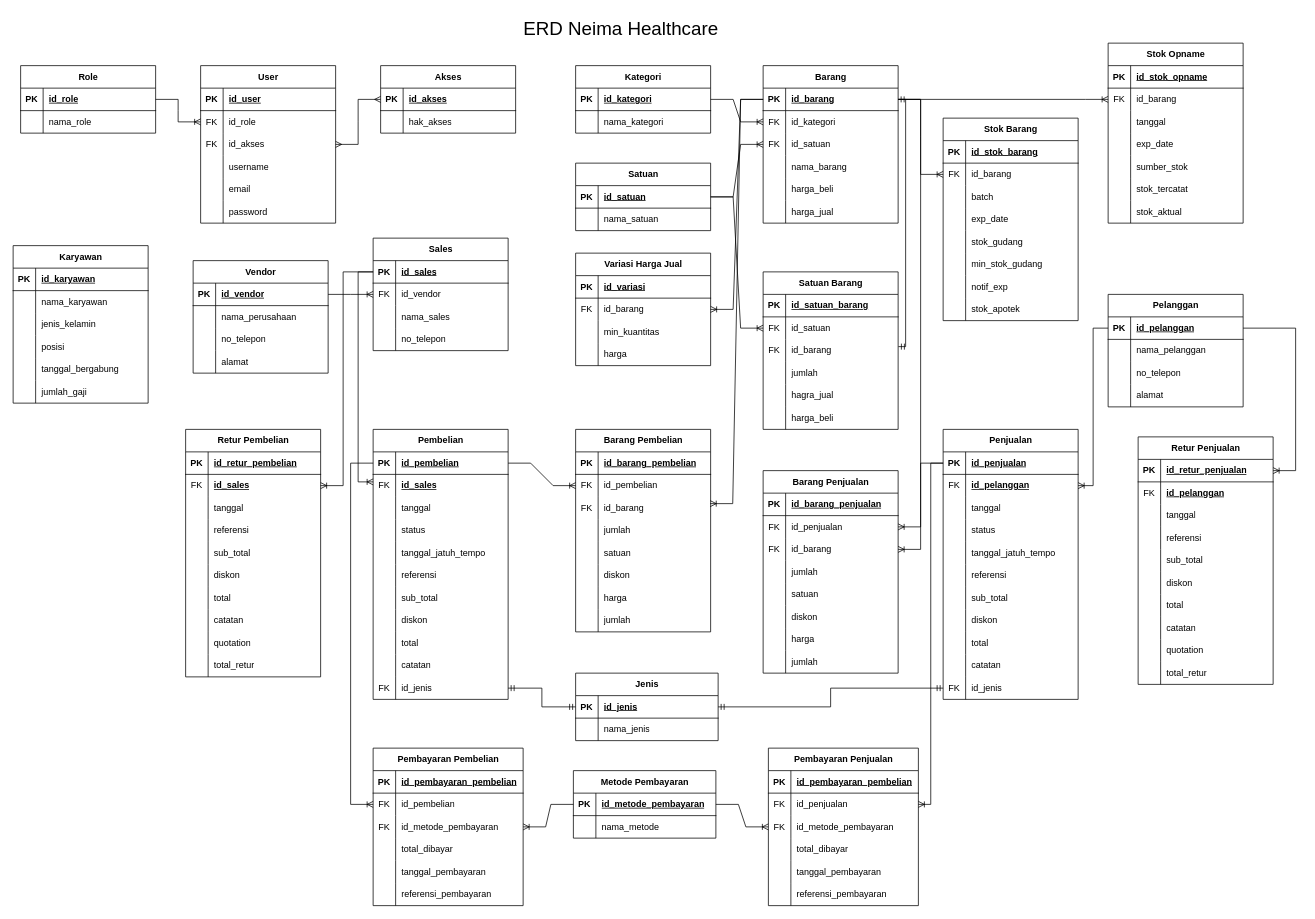
m1tsuha4/apotek keeps this draw.io diagram as erd.drawio. Above is the earlier version. Source tidied: cells renumbered, new cells numbered last; positions are measured from the earlier drawing's top-left corner, leaving out a move shared by most shapes. Both pictures are drawn from the tidied source at 75%, with x=0, y=0 at pixel (13, 13).
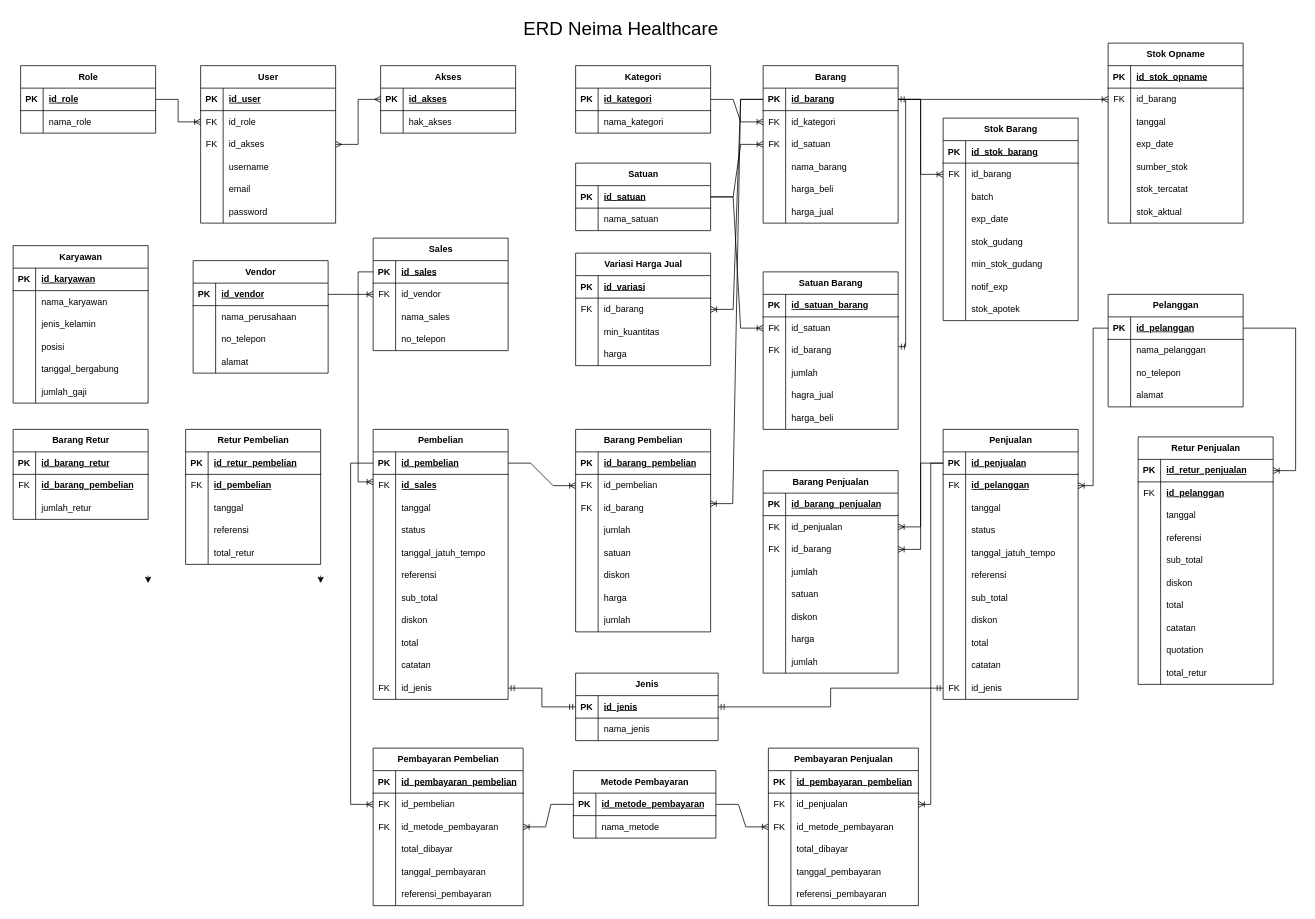
The same page after the edit.

The change refers to these unchanged cells:
```xml
<mxCell id="308" style="shape=tableRow;horizontal=0;startSize=0;swimlaneHead=0;swimlaneBody=0;fillColor=none;points=[[0,0.5],[1,0.5]];portConstraint=eastwest;top=0;left=0;right=0;bottom=0;" parent="304" vertex="1">
  <mxGeometry y="60" width="180" height="30" as="geometry" />
</mxCell>
<mxCell id="395" style="shape=tableRow;horizontal=0;startSize=0;swimlaneHead=0;swimlaneBody=0;fillColor=none;points=[[0,0.5],[1,0.5]];portConstraint=eastwest;top=0;left=0;right=0;bottom=1;" parent="394" vertex="1">
  <mxGeometry y="30" width="180" height="30" as="geometry" />
</mxCell>
```

Diff of the diagram source:
```diff
@@
     <mxCell id="304" value="Retur Pembelian" style="shape=table;startSize=30;childLayout=tableLayout;rowLines=0;fontStyle=1;align=center;html=1;" parent="1" vertex="1">
-      <mxGeometry x="230" y="555" width="180" height="330" as="geometry" />
+      <mxGeometry x="230" y="555" width="180" height="180" as="geometry" />
     </mxCell>
@@
-    <mxCell id="310" value="&lt;span style=&quot;font-weight: 700; text-decoration-line: underline;&quot;&gt;id_sales&lt;/span&gt;" style="shape=partialRectangle;fillColor=none;top=0;left=0;bottom=0;right=0;align=left;spacingLeft=6;overflow=hidden;whiteSpace=wrap;html=1;" parent="308" vertex="1">
+    <mxCell id="310" value="&lt;span style=&quot;font-weight: 700; text-decoration-line: underline;&quot;&gt;id_pembelian&lt;/span&gt;" style="shape=partialRectangle;fillColor=none;top=0;left=0;bottom=0;right=0;align=left;spacingLeft=6;overflow=hidden;whiteSpace=wrap;html=1;" parent="308" vertex="1">
       <mxGeometry x="30" width="150" height="30" as="geometry" />
     </mxCell>
@@
-    <mxCell id="317" style="shape=tableRow;horizontal=0;startSize=0;swimlaneHead=0;swimlaneBody=0;fillColor=none;top=0;left=0;right=0;bottom=0;" parent="304" vertex="1">
-      <mxGeometry y="150" width="180" height="30" as="geometry" />
-    </mxCell>
-    <mxCell id="318" style="shape=partialRectangle;fillColor=none;top=0;left=0;bottom=0;right=0;overflow=hidden;whiteSpace=wrap;html=1;" parent="317" vertex="1">
-      <mxGeometry width="30" height="30" as="geometry" />
-    </mxCell>
-    <mxCell id="319" value="sub_total" style="shape=partialRectangle;fillColor=none;top=0;left=0;bottom=0;right=0;align=left;spacingLeft=6;overflow=hidden;whiteSpace=wrap;html=1;" parent="317" vertex="1">
-      <mxGeometry x="30" width="150" height="30" as="geometry" />
-    </mxCell>
-    <mxCell id="320" style="shape=tableRow;horizontal=0;startSize=0;swimlaneHead=0;swimlaneBody=0;fillColor=none;top=0;left=0;right=0;bottom=0;" parent="304" vertex="1">
-      <mxGeometry y="180" width="180" height="30" as="geometry" />
-    </mxCell>
-    <mxCell id="321" style="shape=partialRectangle;fillColor=none;top=0;left=0;bottom=0;right=0;overflow=hidden;whiteSpace=wrap;html=1;" parent="320" vertex="1">
-      <mxGeometry width="30" height="30" as="geometry" />
-    </mxCell>
-    <mxCell id="322" value="diskon" style="shape=partialRectangle;fillColor=none;top=0;left=0;bottom=0;right=0;align=left;spacingLeft=6;overflow=hidden;whiteSpace=wrap;html=1;" parent="320" vertex="1">
-      <mxGeometry x="30" width="150" height="30" as="geometry" />
-    </mxCell>
-    <mxCell id="323" style="shape=tableRow;horizontal=0;startSize=0;swimlaneHead=0;swimlaneBody=0;fillColor=none;top=0;left=0;right=0;bottom=0;" parent="304" vertex="1">
-      <mxGeometry y="210" width="180" height="30" as="geometry" />
-    </mxCell>
-    <mxCell id="324" style="shape=partialRectangle;fillColor=none;top=0;left=0;bottom=0;right=0;overflow=hidden;whiteSpace=wrap;html=1;" parent="323" vertex="1">
-      <mxGeometry width="30" height="30" as="geometry" />
-    </mxCell>
-    <mxCell id="325" value="total" style="shape=partialRectangle;fillColor=none;top=0;left=0;bottom=0;right=0;align=left;spacingLeft=6;overflow=hidden;whiteSpace=wrap;html=1;" parent="323" vertex="1">
-      <mxGeometry x="30" width="150" height="30" as="geometry" />
-    </mxCell>
-    <mxCell id="326" style="shape=tableRow;horizontal=0;startSize=0;swimlaneHead=0;swimlaneBody=0;fillColor=none;top=0;left=0;right=0;bottom=0;" parent="304" vertex="1">
-      <mxGeometry y="240" width="180" height="30" as="geometry" />
-    </mxCell>
-    <mxCell id="327" style="shape=partialRectangle;fillColor=none;top=0;left=0;bottom=0;right=0;overflow=hidden;whiteSpace=wrap;html=1;" parent="326" vertex="1">
-      <mxGeometry width="30" height="30" as="geometry" />
-    </mxCell>
-    <mxCell id="328" value="catatan" style="shape=partialRectangle;fillColor=none;top=0;left=0;bottom=0;right=0;align=left;spacingLeft=6;overflow=hidden;whiteSpace=wrap;html=1;" parent="326" vertex="1">
-      <mxGeometry x="30" width="150" height="30" as="geometry" />
-    </mxCell>
-    <mxCell id="329" style="shape=tableRow;horizontal=0;startSize=0;swimlaneHead=0;swimlaneBody=0;fillColor=none;top=0;left=0;right=0;bottom=0;" parent="304" vertex="1">
-      <mxGeometry y="270" width="180" height="30" as="geometry" />
-    </mxCell>
-    <mxCell id="330" style="shape=partialRectangle;fillColor=none;top=0;left=0;bottom=0;right=0;overflow=hidden;whiteSpace=wrap;html=1;" parent="329" vertex="1">
-      <mxGeometry width="30" height="30" as="geometry" />
-    </mxCell>
-    <mxCell id="331" value="quotation" style="shape=partialRectangle;fillColor=none;top=0;left=0;bottom=0;right=0;align=left;spacingLeft=6;overflow=hidden;whiteSpace=wrap;html=1;" parent="329" vertex="1">
-      <mxGeometry x="30" width="150" height="30" as="geometry" />
-    </mxCell>
     <mxCell id="332" style="shape=tableRow;horizontal=0;startSize=0;swimlaneHead=0;swimlaneBody=0;fillColor=none;top=0;left=0;right=0;bottom=0;" parent="304" vertex="1">
-      <mxGeometry y="300" width="180" height="30" as="geometry" />
+      <mxGeometry y="150" width="180" height="30" as="geometry" />
     </mxCell>
@@
+    <mxCell id="462" style="edgeStyle=orthogonalEdgeStyle;rounded=0;orthogonalLoop=1;jettySize=auto;html=1;exitX=1;exitY=0.5;exitDx=0;exitDy=0;entryX=1;entryY=0.833;entryDx=0;entryDy=0;entryPerimeter=0;" parent="304" edge="1">
+      <mxGeometry relative="1" as="geometry">
+        <mxPoint x="180" y="195" as="sourcePoint" />
+        <mxPoint x="180" y="205" as="targetPoint" />
+      </mxGeometry>
+    </mxCell>
@@
-    <mxCell id="460" style="edgeStyle=orthogonalEdgeStyle;fontSize=12;html=1;endArrow=ERoneToMany;rounded=0;exitX=0;exitY=0.5;exitDx=0;exitDy=0;entryX=1;entryY=0.5;entryDx=0;entryDy=0;" parent="1" edge="1" source="395" target="308">
-      <mxGeometry relative="1" as="geometry">
-        <Array as="points">
-          <mxPoint x="440" y="345" />
-          <mxPoint x="440" y="630" />
-        </Array>
-      </mxGeometry>
-    </mxCell>
@@
+    <mxCell id="463" value="Barang Retur" style="shape=table;startSize=30;childLayout=tableLayout;rowLines=0;fontStyle=1;align=center;html=1;" parent="1" vertex="1">
+      <mxGeometry y="555" width="180" height="120" as="geometry" />
+    </mxCell>
+    <mxCell id="464" style="shape=tableRow;horizontal=0;startSize=0;swimlaneHead=0;swimlaneBody=0;fillColor=none;top=0;left=0;right=0;bottom=1;" parent="463" vertex="1">
+      <mxGeometry y="30" width="180" height="30" as="geometry" />
+    </mxCell>
+    <mxCell id="465" value="PK" style="shape=partialRectangle;fillColor=none;top=0;left=0;bottom=0;right=0;fontStyle=1;overflow=hidden;whiteSpace=wrap;html=1;" parent="464" vertex="1">
+      <mxGeometry width="30" height="30" as="geometry" />
+    </mxCell>
+    <mxCell id="466" value="id_barang_retur" style="shape=partialRectangle;fillColor=none;top=0;left=0;bottom=0;right=0;align=left;spacingLeft=6;fontStyle=5;overflow=hidden;whiteSpace=wrap;html=1;" parent="464" vertex="1">
+      <mxGeometry x="30" width="150" height="30" as="geometry" />
+    </mxCell>
+    <mxCell id="467" style="shape=tableRow;horizontal=0;startSize=0;swimlaneHead=0;swimlaneBody=0;fillColor=none;top=0;left=0;right=0;bottom=0;" parent="463" vertex="1">
+      <mxGeometry y="60" width="180" height="30" as="geometry" />
+    </mxCell>
+    <mxCell id="468" value="FK" style="shape=partialRectangle;fillColor=none;top=0;left=0;bottom=0;right=0;overflow=hidden;whiteSpace=wrap;html=1;" parent="467" vertex="1">
+      <mxGeometry width="30" height="30" as="geometry" />
+    </mxCell>
+    <mxCell id="469" value="&lt;span style=&quot;font-weight: 700; text-decoration-line: underline;&quot;&gt;id_barang_pembelian&lt;/span&gt;" style="shape=partialRectangle;fillColor=none;top=0;left=0;bottom=0;right=0;align=left;spacingLeft=6;overflow=hidden;whiteSpace=wrap;html=1;" parent="467" vertex="1">
+      <mxGeometry x="30" width="150" height="30" as="geometry" />
+    </mxCell>
+    <mxCell id="470" style="shape=tableRow;horizontal=0;startSize=0;swimlaneHead=0;swimlaneBody=0;fillColor=none;top=0;left=0;right=0;bottom=0;" parent="463" vertex="1">
+      <mxGeometry y="90" width="180" height="30" as="geometry" />
+    </mxCell>
+    <mxCell id="471" style="shape=partialRectangle;fillColor=none;top=0;left=0;bottom=0;right=0;overflow=hidden;whiteSpace=wrap;html=1;" parent="470" vertex="1">
+      <mxGeometry width="30" height="30" as="geometry" />
+    </mxCell>
+    <mxCell id="472" value="jumlah_retur" style="shape=partialRectangle;fillColor=none;top=0;left=0;bottom=0;right=0;align=left;spacingLeft=6;overflow=hidden;whiteSpace=wrap;html=1;" parent="470" vertex="1">
+      <mxGeometry x="30" width="150" height="30" as="geometry" />
+    </mxCell>
+    <mxCell id="473" style="edgeStyle=orthogonalEdgeStyle;rounded=0;orthogonalLoop=1;jettySize=auto;html=1;exitX=1;exitY=0.5;exitDx=0;exitDy=0;entryX=1;entryY=0.833;entryDx=0;entryDy=0;entryPerimeter=0;" parent="463" edge="1">
+      <mxGeometry relative="1" as="geometry">
+        <mxPoint x="180" y="195" as="sourcePoint" />
+        <mxPoint x="180" y="205" as="targetPoint" />
+      </mxGeometry>
+    </mxCell>
```
